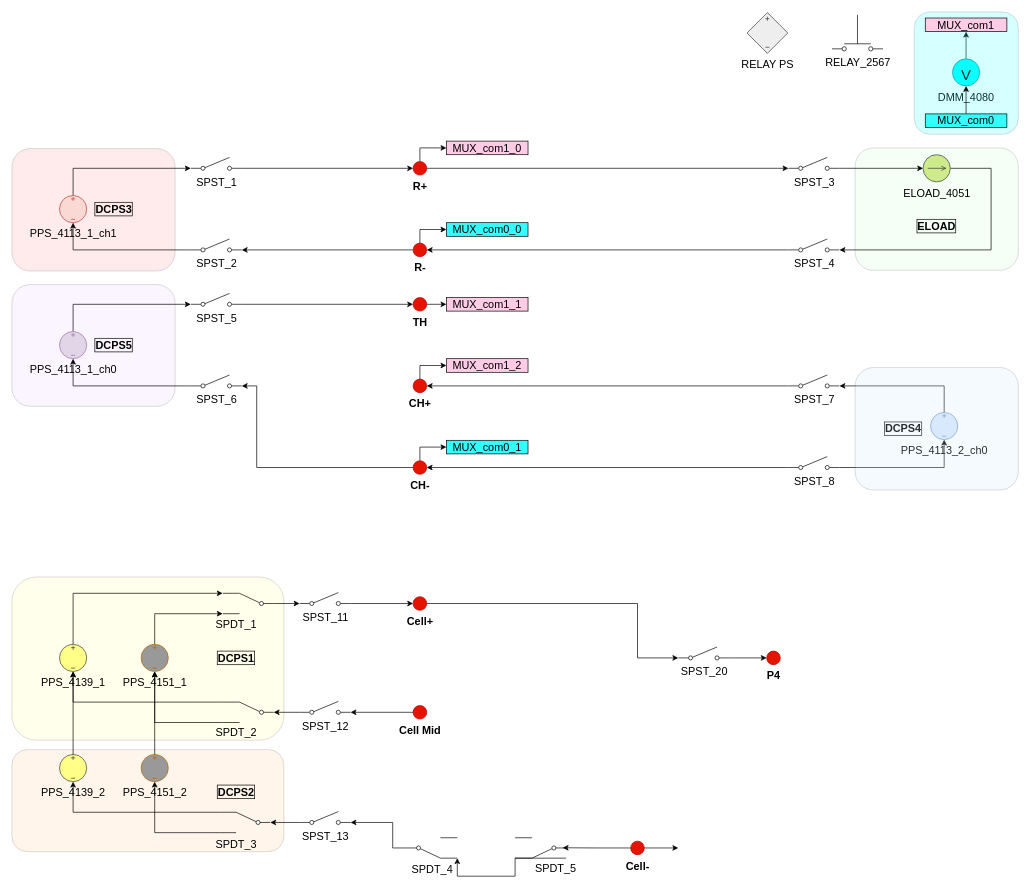
Above: BMS_device_B_6p11.drawio in ktlim-xy/draw-io (draw.io), before the change. Source tidied: cells renumbered, new cells numbered last; positions are measured from the earlier drawing's top-left corner, leaving out a move shared by most shapes. Both pictures are drawn from the tidied source at 68%, with x=0, y=0 at pixel (12, 12).
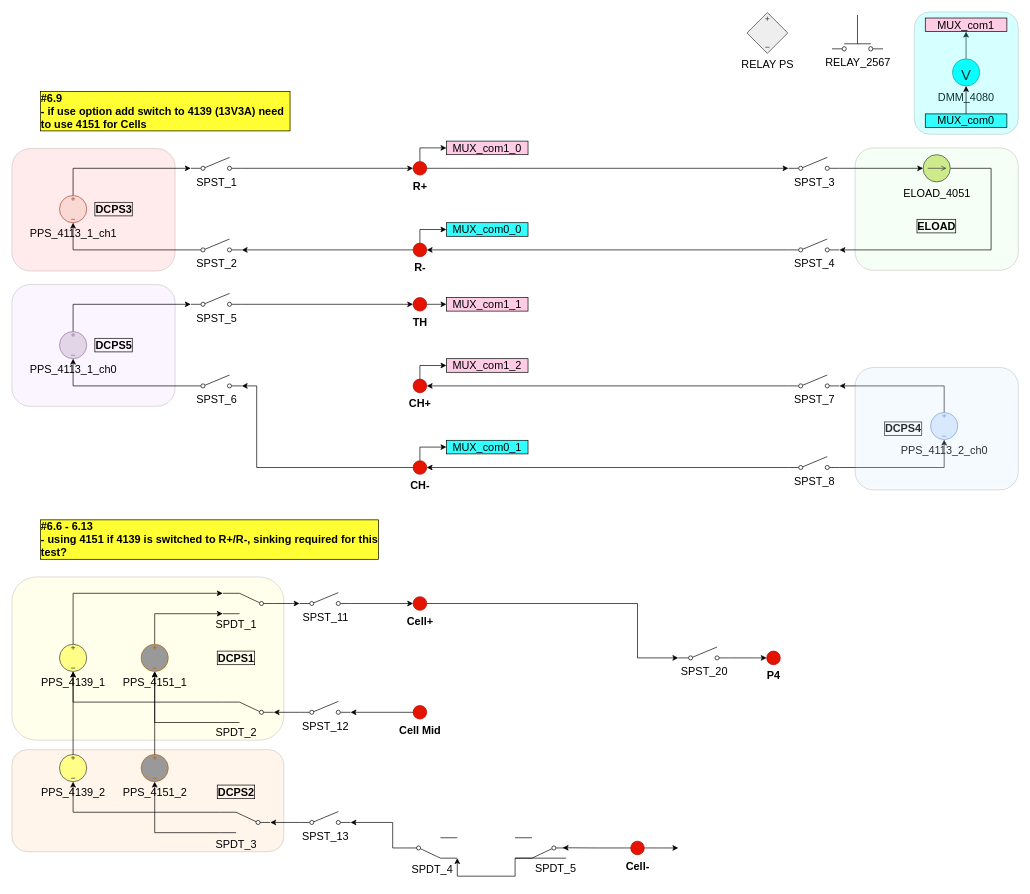
After the change.

What changed in the source:
```diff
@@
+    <mxCell id="106" value="#6.6 - 6.13&amp;nbsp;&lt;div&gt;- using 4151 if 4139 is switched to R+/R-, sinking required for this test?&lt;/div&gt;" style="text;html=1;whiteSpace=wrap;strokeColor=none;fillColor=none;align=left;verticalAlign=middle;rounded=0;fontStyle=1;fontColor=#000000;fontSize=16;labelBorderColor=default;labelBackgroundColor=#FFFF33;" parent="1" vertex="1">
+      <mxGeometry x="40" y="761" width="500" height="30" as="geometry" />
+    </mxCell>
+    <mxCell id="107" value="#6.9&lt;div&gt;- if use option add switch to 4139 (13V3A) need to use 4151 for Cells&lt;/div&gt;" style="text;html=1;whiteSpace=wrap;strokeColor=none;fillColor=none;align=left;verticalAlign=middle;rounded=0;fontStyle=1;fontColor=#000000;fontSize=16;labelBorderColor=default;labelBackgroundColor=#FFFF33;" parent="1" vertex="1">
+      <mxGeometry x="40" y="131" width="370" height="30" as="geometry" />
+    </mxCell>
```
